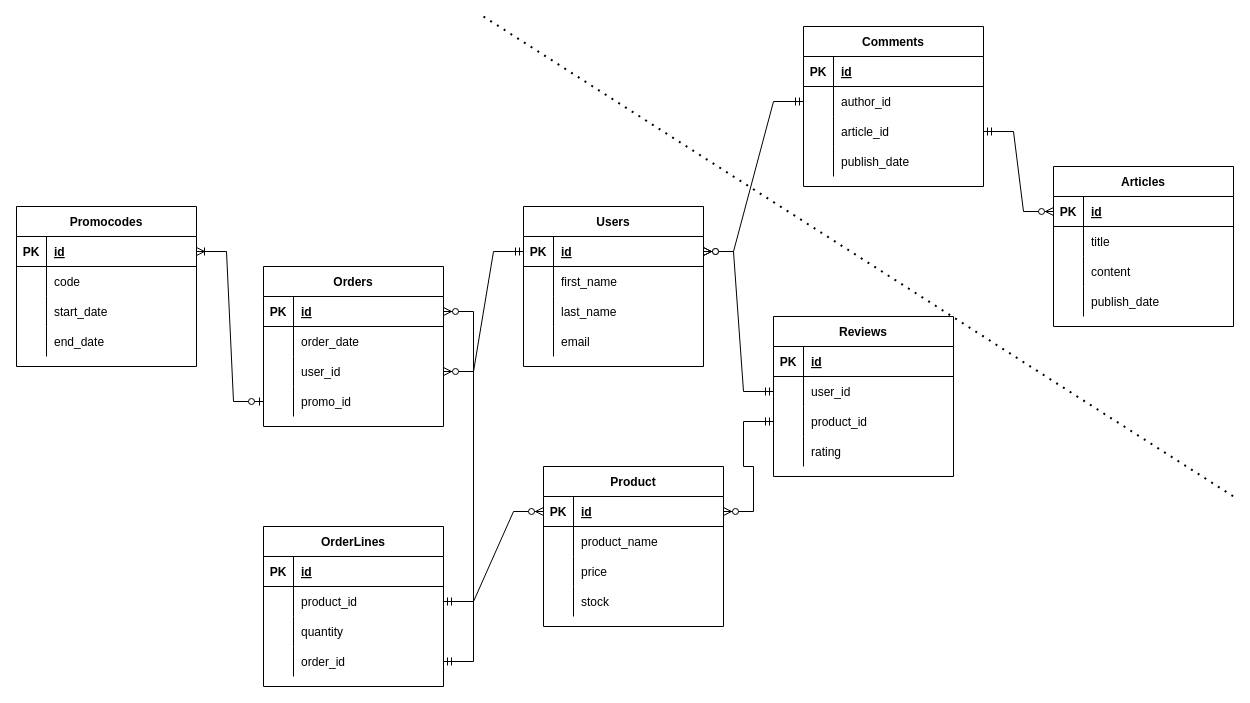
Before: simplified-ecommerce-erd.drawio in giorgioshots/shots-interview, a draw.io diagram. Source tidied: cells renumbered, new cells numbered last; positions are measured from the earlier drawing's top-left corner, leaving out a move shared by most shapes. Both pictures are drawn from the tidied source at 100%, with x=0, y=0 at pixel (16, 16).
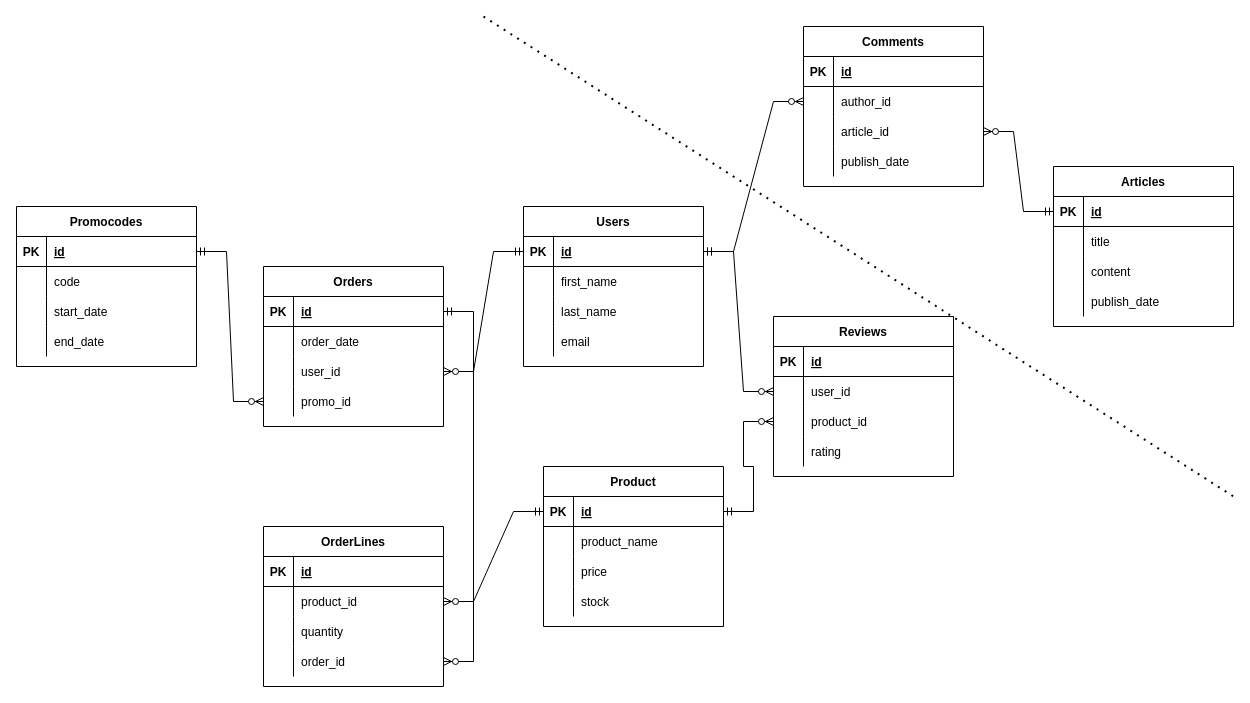
The same diagram, later.

Unchanged cells that the change refers to:
```xml
<mxCell id="3" style="shape=tableRow;horizontal=0;startSize=0;swimlaneHead=0;swimlaneBody=0;fillColor=none;points=[[0,0.5],[1,0.5]];portConstraint=eastwest;top=0;left=0;right=0;bottom=1;" parent="2" vertex="1">
  <mxGeometry y="30" width="180" height="30" as="geometry" />
</mxCell>
<mxCell id="16" style="shape=tableRow;horizontal=0;startSize=0;swimlaneHead=0;swimlaneBody=0;fillColor=none;points=[[0,0.5],[1,0.5]];portConstraint=eastwest;top=0;left=0;right=0;bottom=1;" parent="15" vertex="1">
  <mxGeometry y="30" width="180" height="30" as="geometry" />
</mxCell>
<mxCell id="25" style="shape=tableRow;horizontal=0;startSize=0;swimlaneHead=0;swimlaneBody=0;fillColor=none;points=[[0,0.5],[1,0.5]];portConstraint=eastwest;top=0;left=0;right=0;bottom=0;" parent="15" vertex="1">
  <mxGeometry y="120" width="180" height="30" as="geometry" />
</mxCell>
<mxCell id="29" style="shape=tableRow;horizontal=0;startSize=0;swimlaneHead=0;swimlaneBody=0;fillColor=none;points=[[0,0.5],[1,0.5]];portConstraint=eastwest;top=0;left=0;right=0;bottom=1;" parent="28" vertex="1">
  <mxGeometry y="30" width="180" height="30" as="geometry" />
</mxCell>
<mxCell id="45" style="shape=tableRow;horizontal=0;startSize=0;swimlaneHead=0;swimlaneBody=0;fillColor=none;points=[[0,0.5],[1,0.5]];portConstraint=eastwest;top=0;left=0;right=0;bottom=0;" parent="41" vertex="1">
  <mxGeometry y="60" width="180" height="30" as="geometry" />
</mxCell>
<mxCell id="51" style="shape=tableRow;horizontal=0;startSize=0;swimlaneHead=0;swimlaneBody=0;fillColor=none;points=[[0,0.5],[1,0.5]];portConstraint=eastwest;top=0;left=0;right=0;bottom=0;" parent="41" vertex="1">
  <mxGeometry y="120" width="180" height="30" as="geometry" />
</mxCell>
<mxCell id="58" style="shape=tableRow;horizontal=0;startSize=0;swimlaneHead=0;swimlaneBody=0;fillColor=none;points=[[0,0.5],[1,0.5]];portConstraint=eastwest;top=0;left=0;right=0;bottom=0;" parent="54" vertex="1">
  <mxGeometry y="60" width="180" height="30" as="geometry" />
</mxCell>
<mxCell id="61" style="shape=tableRow;horizontal=0;startSize=0;swimlaneHead=0;swimlaneBody=0;fillColor=none;points=[[0,0.5],[1,0.5]];portConstraint=eastwest;top=0;left=0;right=0;bottom=0;" parent="54" vertex="1">
  <mxGeometry y="90" width="180" height="30" as="geometry" />
</mxCell>
<mxCell id="68" style="shape=tableRow;horizontal=0;startSize=0;swimlaneHead=0;swimlaneBody=0;fillColor=none;points=[[0,0.5],[1,0.5]];portConstraint=eastwest;top=0;left=0;right=0;bottom=1;" parent="67" vertex="1">
  <mxGeometry y="30" width="180" height="30" as="geometry" />
</mxCell>
<mxCell id="84" style="shape=tableRow;horizontal=0;startSize=0;swimlaneHead=0;swimlaneBody=0;fillColor=none;points=[[0,0.5],[1,0.5]];portConstraint=eastwest;top=0;left=0;right=0;bottom=0;" parent="80" vertex="1">
  <mxGeometry y="60" width="180" height="30" as="geometry" />
</mxCell>
<mxCell id="87" style="shape=tableRow;horizontal=0;startSize=0;swimlaneHead=0;swimlaneBody=0;fillColor=none;points=[[0,0.5],[1,0.5]];portConstraint=eastwest;top=0;left=0;right=0;bottom=0;" parent="80" vertex="1">
  <mxGeometry y="90" width="180" height="30" as="geometry" />
</mxCell>
<mxCell id="102" style="shape=tableRow;horizontal=0;startSize=0;swimlaneHead=0;swimlaneBody=0;fillColor=none;points=[[0,0.5],[1,0.5]];portConstraint=eastwest;top=0;left=0;right=0;bottom=1;" parent="101" vertex="1">
  <mxGeometry y="30" width="180" height="30" as="geometry" />
</mxCell>
```

What changed in the source:
```diff
@@
-    <mxCell id="94" style="edgeStyle=entityRelationEdgeStyle;fontSize=12;html=1;endArrow=ERzeroToMany;startArrow=ERmandOne;rounded=0;entryX=1;entryY=0.5;entryDx=0;entryDy=0;exitX=0;exitY=0.5;exitDx=0;exitDy=0;" parent="1" edge="1" source="58" target="3">
+    <mxCell id="94" style="edgeStyle=entityRelationEdgeStyle;fontSize=12;html=1;endArrow=ERzeroToMany;startArrow=ERmandOne;rounded=0;entryX=0;entryY=0.5;entryDx=0;entryDy=0;exitX=1;exitY=0.5;exitDx=0;exitDy=0;" parent="1" edge="1" source="3" target="58">
       <mxGeometry relative="1" as="geometry" />
     </mxCell>
-    <mxCell id="95" style="edgeStyle=entityRelationEdgeStyle;fontSize=12;html=1;endArrow=ERzeroToMany;startArrow=ERmandOne;rounded=0;" parent="1" edge="1" source="61" target="29">
+    <mxCell id="95" style="edgeStyle=entityRelationEdgeStyle;fontSize=12;html=1;endArrow=ERzeroToMany;startArrow=ERmandOne;rounded=0;entryX=0;entryY=0.5;entryDx=0;entryDy=0;exitX=1;exitY=0.5;exitDx=0;exitDy=0;" parent="1" edge="1" source="29" target="61">
       <mxGeometry relative="1" as="geometry" />
     </mxCell>
-    <mxCell id="96" style="edgeStyle=entityRelationEdgeStyle;fontSize=12;html=1;endArrow=ERzeroToMany;startArrow=ERmandOne;rounded=0;" parent="1" edge="1" source="51" target="16">
+    <mxCell id="96" style="edgeStyle=entityRelationEdgeStyle;fontSize=12;html=1;endArrow=ERzeroToMany;startArrow=ERmandOne;rounded=0;entryX=1;entryY=0.5;entryDx=0;entryDy=0;exitX=1;exitY=0.5;exitDx=0;exitDy=0;" parent="1" edge="1" source="16" target="51">
       <mxGeometry relative="1" as="geometry" />
     </mxCell>
-    <mxCell id="97" style="edgeStyle=entityRelationEdgeStyle;fontSize=12;html=1;endArrow=ERzeroToMany;startArrow=ERmandOne;rounded=0;exitX=1;exitY=0.5;exitDx=0;exitDy=0;entryX=0;entryY=0.5;entryDx=0;entryDy=0;" parent="1" edge="1" source="45" target="29">
+    <mxCell id="97" style="edgeStyle=entityRelationEdgeStyle;fontSize=12;html=1;endArrow=ERzeroToMany;startArrow=ERmandOne;rounded=0;exitX=0;exitY=0.5;exitDx=0;exitDy=0;entryX=1;entryY=0.5;entryDx=0;entryDy=0;" parent="1" edge="1" source="29" target="45">
       <mxGeometry relative="1" as="geometry" />
     </mxCell>
-    <mxCell id="98" style="edgeStyle=entityRelationEdgeStyle;fontSize=12;html=1;endArrow=ERzeroToMany;startArrow=ERmandOne;rounded=0;exitX=1;exitY=0.5;exitDx=0;exitDy=0;entryX=0;entryY=0.5;entryDx=0;entryDy=0;" parent="1" edge="1" source="87" target="68">
+    <mxCell id="98" style="edgeStyle=entityRelationEdgeStyle;fontSize=12;html=1;endArrow=ERzeroToMany;startArrow=ERmandOne;rounded=0;exitX=0;exitY=0.5;exitDx=0;exitDy=0;entryX=1;entryY=0.5;entryDx=0;entryDy=0;" parent="1" edge="1" source="68" target="87">
       <mxGeometry relative="1" as="geometry" />
     </mxCell>
-    <mxCell id="99" style="edgeStyle=entityRelationEdgeStyle;fontSize=12;html=1;endArrow=ERzeroToMany;startArrow=ERmandOne;rounded=0;exitX=0;exitY=0.5;exitDx=0;exitDy=0;entryX=1;entryY=0.5;entryDx=0;entryDy=0;" parent="1" edge="1" source="84" target="3">
+    <mxCell id="99" style="edgeStyle=entityRelationEdgeStyle;fontSize=12;html=1;endArrow=ERzeroToMany;startArrow=ERmandOne;rounded=0;entryX=0;entryY=0.5;entryDx=0;entryDy=0;exitX=1;exitY=0.5;exitDx=0;exitDy=0;" parent="1" edge="1" source="3" target="84">
       <mxGeometry relative="1" as="geometry" />
     </mxCell>
@@
-    <mxCell id="114" style="edgeStyle=entityRelationEdgeStyle;fontSize=12;html=1;endArrow=ERoneToMany;startArrow=ERzeroToOne;rounded=0;exitX=0;exitY=0.5;exitDx=0;exitDy=0;entryX=1;entryY=0.5;entryDx=0;entryDy=0;" parent="1" edge="1" source="25" target="102">
-      <mxGeometry relative="1" as="geometry" />
-    </mxCell>
+    <mxCell id="115" style="edgeStyle=entityRelationEdgeStyle;fontSize=12;html=1;endArrow=ERzeroToMany;startArrow=ERmandOne;rounded=0;exitX=1;exitY=0.5;exitDx=0;exitDy=0;entryX=0;entryY=0.5;entryDx=0;entryDy=0;" parent="1" edge="1" source="102" target="25">
+      <mxGeometry relative="1" as="geometry" />
+    </mxCell>
```
